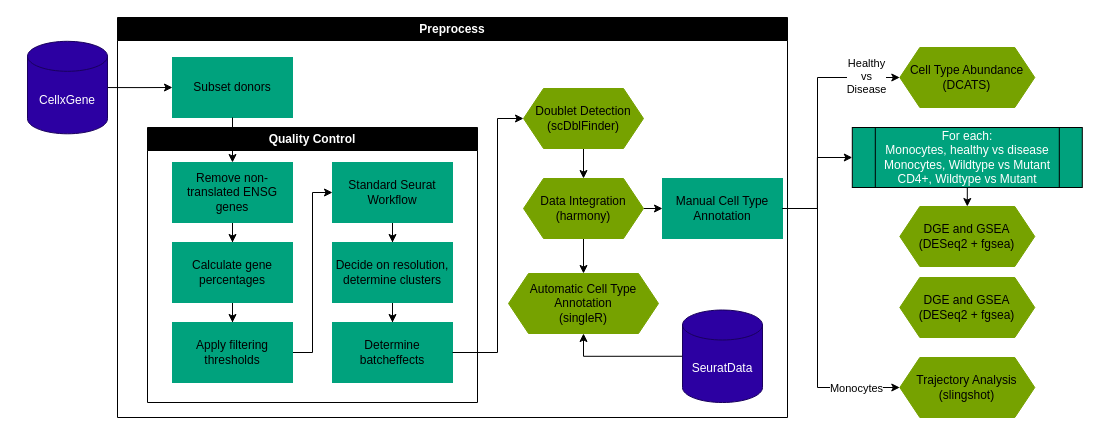
The draw.io diagram doc/single_cell_flowchart.drawio in WilliamH-R/single_cell_22102, before the edit. Source tidied: cells renumbered, new cells numbered last; positions are measured from the earlier drawing's top-left corner, leaving out a move shared by most shapes. Both pictures are drawn from the tidied source at 100%, with x=0, y=0 at pixel (27, 17).
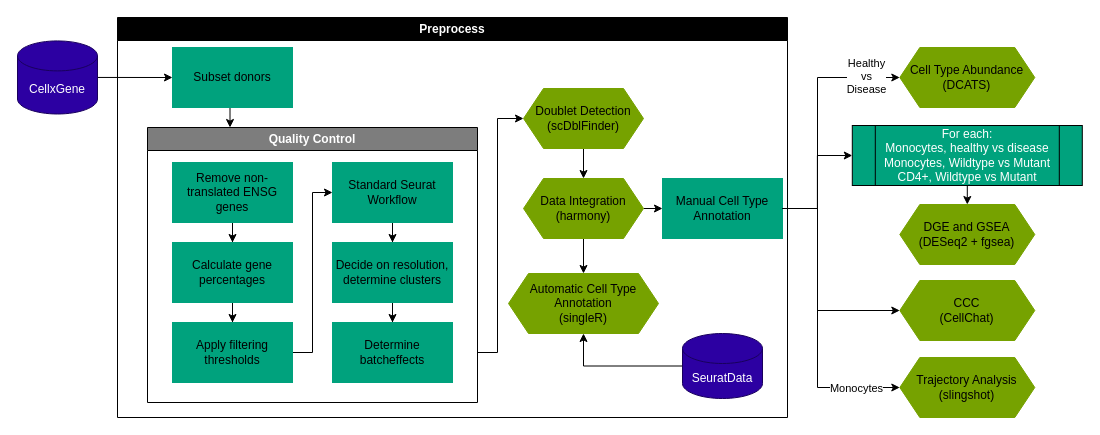
After the change.

Unchanged cells that the change refers to:
```xml
<mxCell id="4" value="&lt;font color=&quot;#ffffff&quot;&gt;Preprocess&lt;/font&gt;" style="swimlane;whiteSpace=wrap;html=1;fillColor=#000000;" parent="1" vertex="1">
  <mxGeometry x="90" width="670" height="400" as="geometry" />
</mxCell>
<mxCell id="7" value="Remove non-translated ENSG genes" style="whiteSpace=wrap;html=1;fillColor=#00A27D;strokeColor=#00A27D;" parent="5" vertex="1">
  <mxGeometry x="25" y="35" width="120" height="60" as="geometry" />
</mxCell>
<mxCell id="16" value="Determine batcheffects" style="whiteSpace=wrap;html=1;fillColor=#00A27D;strokeColor=#00A27D;" parent="5" vertex="1">
  <mxGeometry x="185" y="195" width="120" height="60" as="geometry" />
</mxCell>
<mxCell id="18" value="Doublet Detection&lt;br&gt;(scDblFinder)" style="shape=hexagon;perimeter=hexagonPerimeter2;whiteSpace=wrap;html=1;fixedSize=1;fillColor=#76A200;fontColor=#000000;strokeColor=#76A200;" parent="4" vertex="1">
  <mxGeometry x="406" y="71" width="120" height="60" as="geometry" />
</mxCell>
<mxCell id="24" value="Manual Cell Type Annotation" style="whiteSpace=wrap;html=1;fillColor=#00A27D;strokeColor=#00A27D;" parent="4" vertex="1">
  <mxGeometry x="545" y="161" width="120" height="60" as="geometry" />
</mxCell>
```

Change to the diagram source:
```diff
@@
     <mxCell id="3" value="CellxGene" style="shape=cylinder3;whiteSpace=wrap;html=1;boundedLbl=1;backgroundOutline=1;size=15;fillColor=#2C00A2;fontColor=#ffffff;strokeColor=#19005C;" parent="1" vertex="1">
-      <mxGeometry y="23.8" width="80" height="92.5" as="geometry" />
+      <mxGeometry x="-10" y="23.4" width="80" height="73.1" as="geometry" />
     </mxCell>
@@
-    <mxCell id="5" value="&lt;font color=&quot;#ffffff&quot;&gt;Quality Control&lt;/font&gt;" style="swimlane;whiteSpace=wrap;html=1;startSize=23;fillColor=#000000;" parent="4" vertex="1">
+    <mxCell id="5" value="&lt;font color=&quot;#ffffff&quot;&gt;Quality Control&lt;/font&gt;" style="swimlane;whiteSpace=wrap;html=1;startSize=23;fillColor=#7D7D7D;" parent="4" vertex="1">
       <mxGeometry x="30" y="110" width="330" height="275" as="geometry" />
     </mxCell>
@@
-    <mxCell id="22" style="edgeStyle=orthogonalEdgeStyle;rounded=0;jettySize=auto;html=1;exitX=1;exitY=0.5;exitDx=0;exitDy=0;entryX=0;entryY=0.5;entryDx=0;entryDy=0;" parent="4" edge="1" source="16" target="18">
+    <mxCell id="22" style="edgeStyle=orthogonalEdgeStyle;rounded=0;orthogonalLoop=1;jettySize=auto;html=1;entryX=0;entryY=0.5;entryDx=0;entryDy=0;" parent="4" edge="1">
       <mxGeometry relative="1" as="geometry">
+        <mxPoint x="360" y="340" as="sourcePoint" />
+        <mxPoint x="406" y="101" as="targetPoint" />
         <Array as="points">
+          <mxPoint x="360" y="335" />
           <mxPoint x="380" y="335" />
           <mxPoint x="380" y="101" />
         </Array>
       </mxGeometry>
     </mxCell>
@@
     <mxCell id="26" value="SeuratData" style="shape=cylinder3;whiteSpace=wrap;html=1;boundedLbl=1;backgroundOutline=1;size=15;fillColor=#2C00A2;fontColor=#ffffff;strokeColor=#19005C;" parent="4" vertex="1">
-      <mxGeometry x="565" y="292.5" width="80" height="92.5" as="geometry" />
+      <mxGeometry x="565" y="316" width="80" height="65" as="geometry" />
     </mxCell>
+    <mxCell id="40" style="edgeStyle=orthogonalEdgeStyle;rounded=0;jettySize=auto;html=1;exitX=0.5;exitY=1;exitDx=0;exitDy=0;entryX=0.25;entryY=0;entryDx=0;entryDy=0;" parent="4" edge="1" source="27" target="5">
+      <mxGeometry relative="1" as="geometry" />
+    </mxCell>
     <mxCell id="27" value="Subset donors" style="whiteSpace=wrap;html=1;fillColor=#00A27D;strokeColor=#00A27D;" parent="4" vertex="1">
-      <mxGeometry x="55" y="40" width="120" height="60" as="geometry" />
+      <mxGeometry x="55" y="30" width="120" height="60" as="geometry" />
     </mxCell>
-    <mxCell id="28" style="edgeStyle=orthogonalEdgeStyle;rounded=0;jettySize=auto;html=1;" parent="4" edge="1" source="27" target="7">
-      <mxGeometry relative="1" as="geometry" />
-    </mxCell>
@@
     <mxCell id="36" value="&lt;font color=&quot;#ffffff&quot;&gt;For each:&lt;br&gt;Monocytes, healthy vs disease&lt;br&gt;Monocytes, Wildtype vs Mutant&lt;br&gt;CD4+, Wildtype vs Mutant&lt;/font&gt;" style="shape=process;whiteSpace=wrap;html=1;backgroundOutline=1;fillColor=#00A27D;" parent="1" vertex="1">
-      <mxGeometry x="824.8" y="110" width="230" height="60" as="geometry" />
+      <mxGeometry x="824.8" y="108" width="230" height="60" as="geometry" />
     </mxCell>
@@
     <mxCell id="38" value="DGE and GSEA&lt;br&gt;(DESeq2 + fgsea)" style="shape=hexagon;perimeter=hexagonPerimeter2;whiteSpace=wrap;html=1;fixedSize=1;fillColor=#76A200;fontColor=#000000;strokeColor=#76A200;" parent="1" vertex="1">
-      <mxGeometry x="872.3" y="189" width="135" height="60" as="geometry" />
+      <mxGeometry x="872.3" y="187" width="135" height="60" as="geometry" />
     </mxCell>
-    <mxCell id="39" value="DGE and GSEA&lt;br&gt;(DESeq2 + fgsea)" style="shape=hexagon;perimeter=hexagonPerimeter2;whiteSpace=wrap;html=1;fixedSize=1;fillColor=#76A200;fontColor=#000000;strokeColor=#76A200;" parent="1" vertex="1">
-      <mxGeometry x="872.3" y="260" width="135" height="60" as="geometry" />
+    <mxCell id="39" value="CCC&lt;br&gt;(CellChat)" style="shape=hexagon;perimeter=hexagonPerimeter2;whiteSpace=wrap;html=1;fixedSize=1;fillColor=#76A200;fontColor=#000000;strokeColor=#76A200;" parent="1" vertex="1">
+      <mxGeometry x="872.3" y="263" width="135" height="60" as="geometry" />
     </mxCell>
+    <mxCell id="41" style="edgeStyle=orthogonalEdgeStyle;rounded=0;jettySize=auto;html=1;exitX=1;exitY=0.5;exitDx=0;exitDy=0;entryX=0;entryY=0.5;entryDx=0;entryDy=0;" parent="1" edge="1" source="24" target="39">
+      <mxGeometry relative="1" as="geometry">
+        <Array as="points">
+          <mxPoint x="790" y="191" />
+          <mxPoint x="790" y="293" />
+        </Array>
+      </mxGeometry>
+    </mxCell>
```
